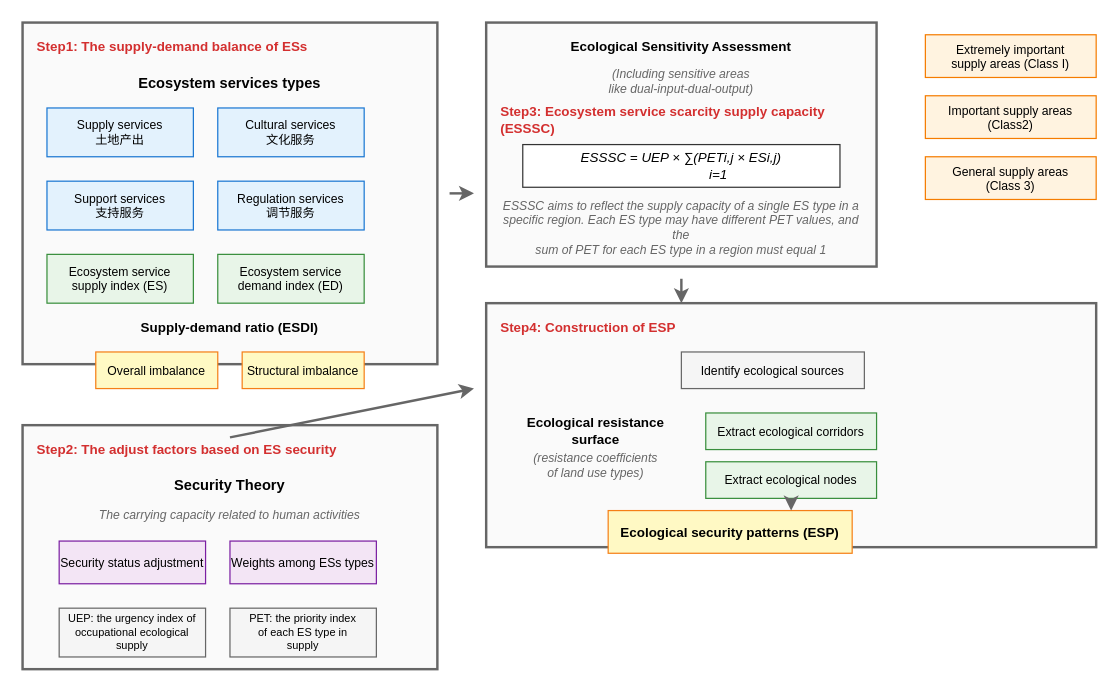
Earlier version of the draw.io diagram 未命名绘图.drawio (sy5938/diagrams_save). Source tidied: cells renumbered, new cells numbered last; positions are measured from the earlier drawing's top-left corner, leaving out a move shared by most shapes. Both pictures are drawn from the tidied source at 122%, with x=0, y=0 at pixel (22, 22).
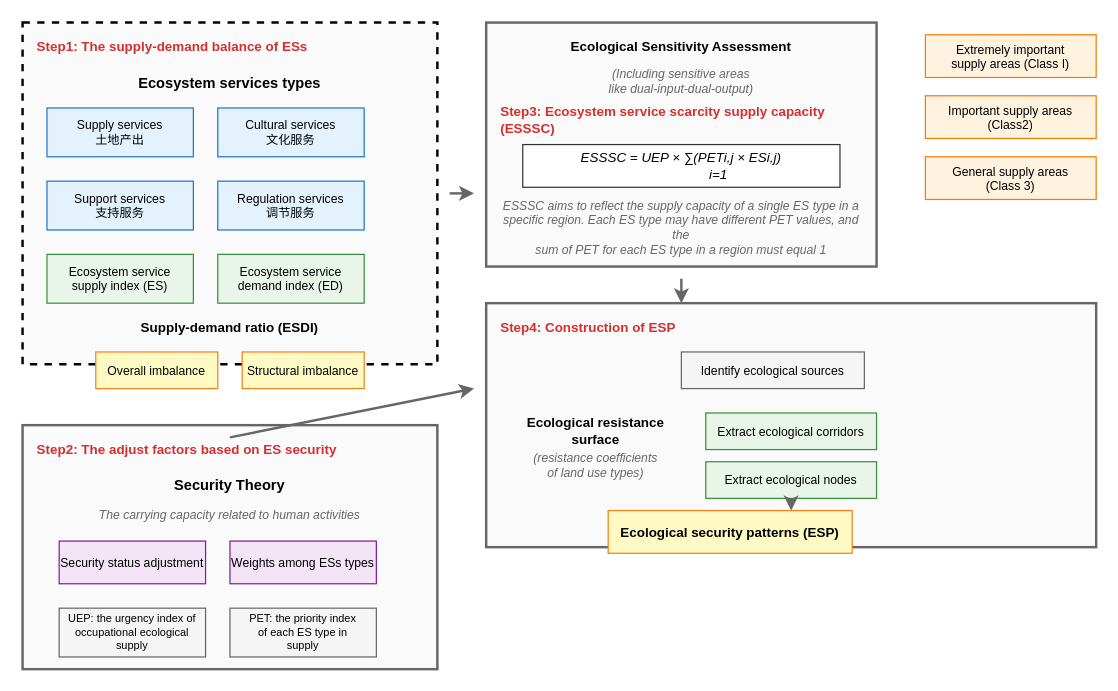
After the change.

Commit message:
博士论文框架_v2.drawio

The edit, as a diff of the source:
```diff
@@
-    <mxCell id="2" style="rounded=0;whiteSpace=wrap;html=1;strokeColor=#666666;strokeWidth=2;strokeDashArray=5 5;fillColor=#FAFAFA;" parent="1" vertex="1">
+    <mxCell id="2" style="rounded=0;whiteSpace=wrap;html=1;strokeColor=default;strokeWidth=2;strokeDashArray=5 5;fillColor=#FAFAFA;dashed=1;" parent="1" vertex="1">
       <mxGeometry width="340" height="280" as="geometry" />
     </mxCell>
```
